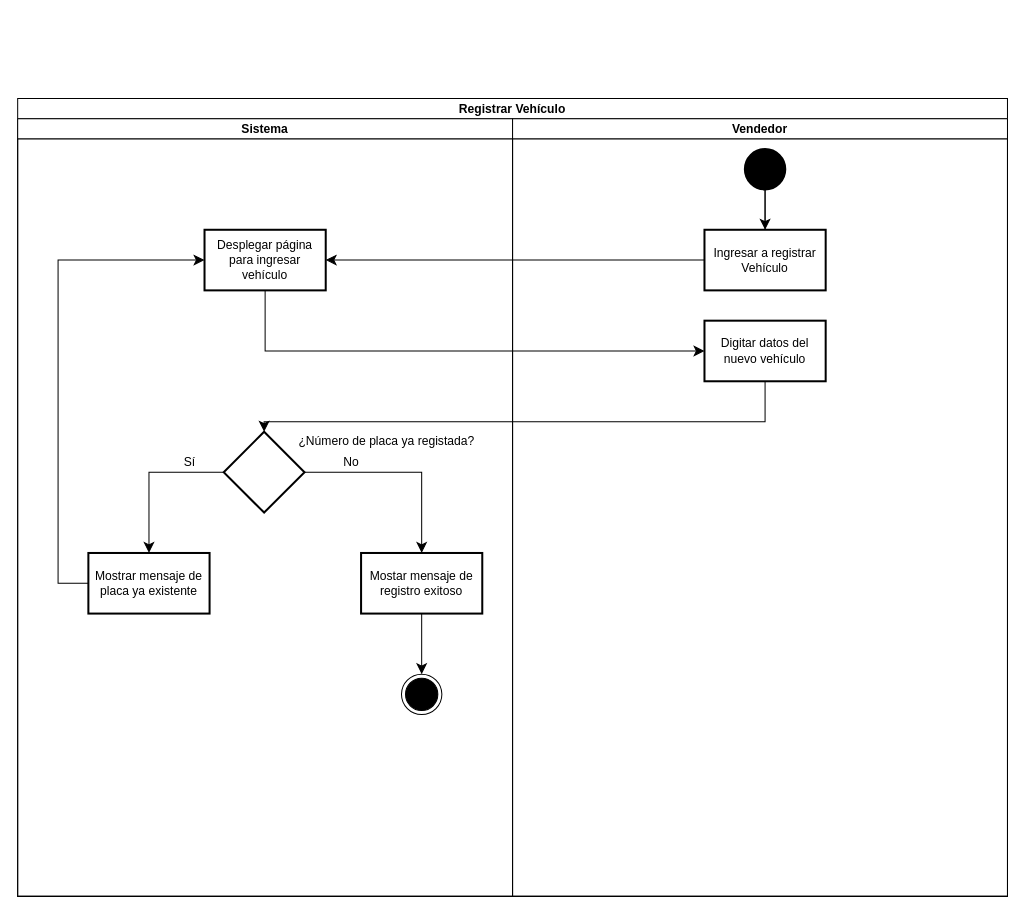
barloff2/Diagramas keeps this draw.io diagram as page "D. de actividades" (8 of 11) of Diagramas Stiven.drawio. Above is the earlier version. Source tidied: cells renumbered, new cells numbered last; positions are measured from the earlier drawing's top-left corner, leaving out a move shared by most shapes. Both pictures are drawn from the tidied source at 101%, with x=0, y=0 at pixel (17, 98).
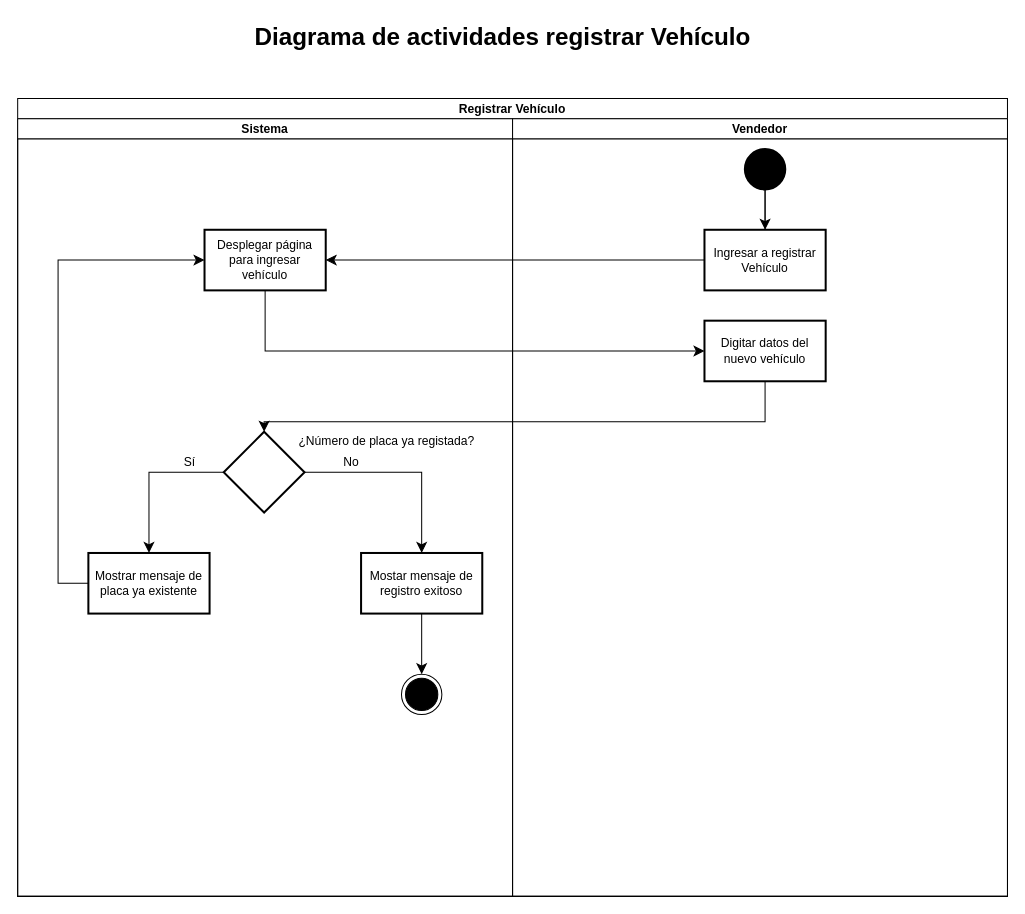
After the change.

Diff of the diagram source:
```diff
@@
+    <mxCell id="25" value="Diagrama de actividades registrar Vehículo" style="text;strokeColor=none;fillColor=none;html=1;fontSize=24;fontStyle=1;verticalAlign=middle;align=center;" parent="1" vertex="1">
+      <mxGeometry x="200" y="-80" width="560" height="40" as="geometry" />
+    </mxCell>
```
